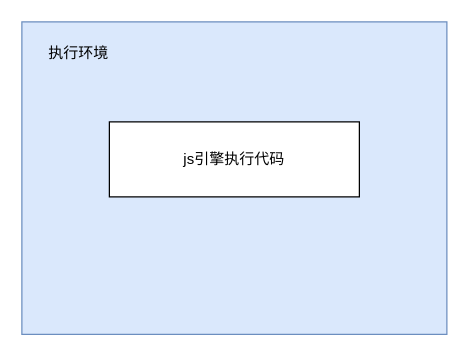
The draw.io diagram javascript/执行上下文.drawio in wbbhacker/drawFile, before the edit. Source tidied: cells renumbered, new cells numbered last; positions are measured from the earlier drawing's top-left corner, leaving out a move shared by most shapes. Both pictures are drawn from the tidied source at 125%, with x=0, y=0 at pixel (21, 21).
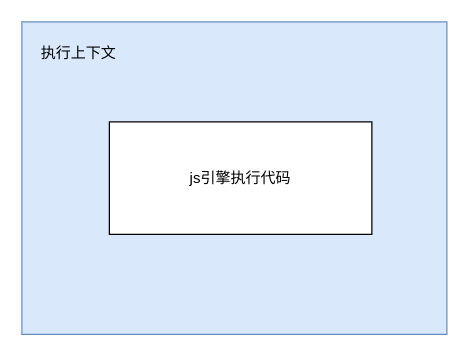
The same page after the edit.

Commit message (it also covers changes not shown here):
更新执行上下文.drawio

What changed in the source:
```diff
@@
 <mxGraphModel>
   <root>
     <mxCell id="0" />
     <mxCell id="1" parent="0" />
     <mxCell id="2" style="rounded=0;whiteSpace=wrap;html=1;fillColor=#dae8fc;strokeColor=#6c8ebf;" parent="1" vertex="1">
       <mxGeometry width="340" height="250" as="geometry" />
     </mxCell>
-    <mxCell id="3" value="执行环境" style="text;html=1;align=center;verticalAlign=middle;strokeColor=none;fillColor=none;" parent="1" vertex="1">
-      <mxGeometry x="10" y="10" width="70" height="30" as="geometry" />
+    <mxCell id="3" value="执行上下文" style="text;html=1;align=center;verticalAlign=middle;strokeColor=none;fillColor=none;" parent="1" vertex="1">
+      <mxGeometry x="5" y="10" width="80" height="30" as="geometry" />
     </mxCell>
     <mxCell id="4" value="js引擎执行代码" style="rounded=0;whiteSpace=wrap;html=1;" parent="1" vertex="1">
-      <mxGeometry x="70" y="80" width="200" height="60" as="geometry" />
+      <mxGeometry x="70" y="80" width="210" height="90" as="geometry" />
     </mxCell>
   </root>
 </mxGraphModel>
```
